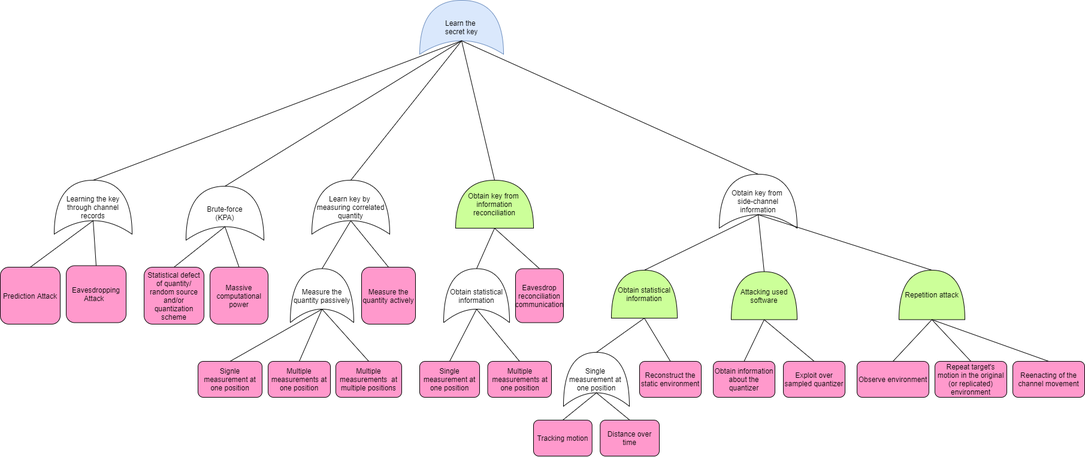
The draw.io diagram Assignment_4/Bilder/a3-tree.png in serioususer/wpls, before a commit. Source tidied: cells renumbered, new cells last; positions are measured from the earlier drawing's top-left corner, leaving out a move shared by most shapes.
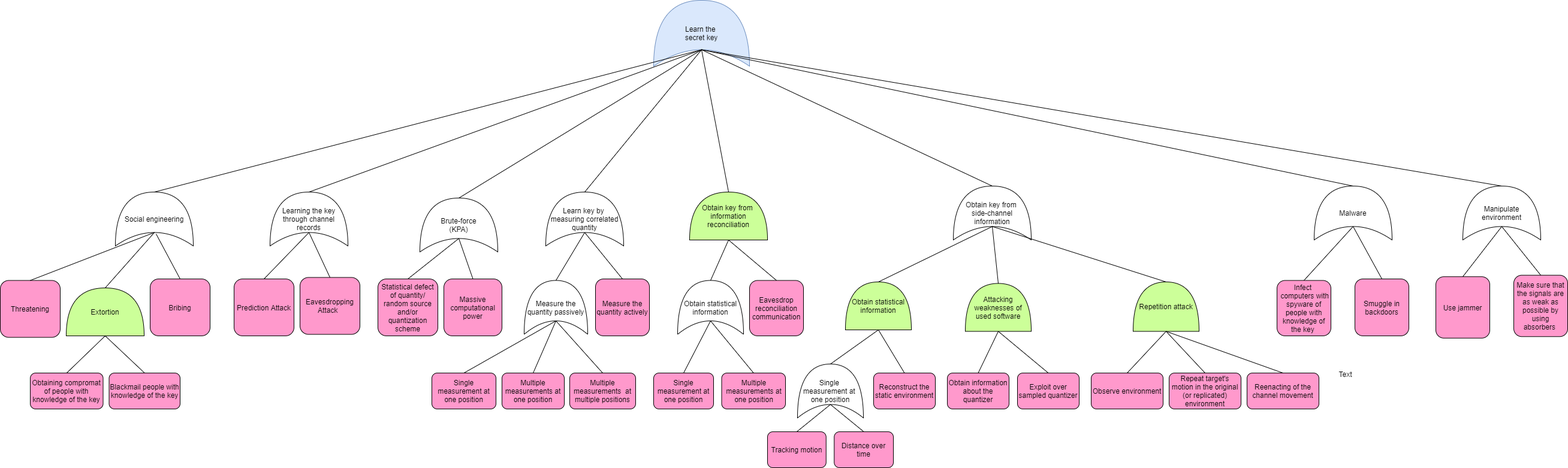
Above is the later version.

Change to the diagram source:
```diff
@@ -9,7 +9,7 @@
       <mxGeometry relative="1" as="geometry" />
     </mxCell>
     <mxCell id="4" value="Learn the &lt;br&gt;secret key" style="shape=xor;whiteSpace=wrap;html=1;direction=north;fillColor=#dae8fc;strokeColor=#6c8ebf;" parent="1" vertex="1">
-      <mxGeometry x="700" width="140" height="90" as="geometry" />
+      <mxGeometry x="700" y="-20" width="160" height="110" as="geometry" />
     </mxCell>
     <mxCell id="5" style="edgeStyle=none;html=1;exitX=0;exitY=0.5;exitPerimeter=0;entryX=1;entryY=0.5;endArrow=none;endFill=0;jettySize=auto;entryDx=0;entryDy=0;entryPerimeter=0;exitDx=0;exitDy=0;" parent="1" edge="1" source="7" target="29">
       <mxGeometry relative="1" as="geometry" />
@@ -84,7 +84,7 @@
       <mxGeometry relative="1" as="geometry" />
     </mxCell>
     <mxCell id="28" value="Eavesdrop reconciliation communication" style="rounded=1;whiteSpace=wrap;html=1;fillColor=#FF99CC;" parent="1" vertex="1">
-      <mxGeometry x="860" y="447.5" width="80" height="90" as="geometry" />
+      <mxGeometry x="860" y="447.5" width="90" height="92.5" as="geometry" />
     </mxCell>
     <mxCell id="29" value="Obtain statistical information" style="shape=xor;whiteSpace=wrap;html=1;direction=north;" parent="1" vertex="1">
       <mxGeometry x="740" y="447.5" width="110" height="90" as="geometry" />
@@ -146,7 +146,7 @@
     <mxCell id="48" value="Multiple measurements at one position" style="rounded=1;whiteSpace=wrap;html=1;fillColor=#FF99CC;" parent="1" vertex="1">
       <mxGeometry x="447" y="602" width="104" height="60" as="geometry" />
     </mxCell>
-    <mxCell id="49" value="Signle measurement at one position" style="rounded=1;whiteSpace=wrap;html=1;fillColor=#FF99CC;" parent="1" vertex="1">
+    <mxCell id="49" value="Single measurement at one position" style="rounded=1;whiteSpace=wrap;html=1;fillColor=#FF99CC;" parent="1" vertex="1">
       <mxGeometry x="330" y="602" width="107" height="60" as="geometry" />
     </mxCell>
     <mxCell id="50" value="Multiple measurements&amp;nbsp; at multiple positions" style="rounded=1;whiteSpace=wrap;html=1;fillColor=#FF99CC;" parent="1" vertex="1">
@@ -159,7 +159,7 @@
       <mxGeometry relative="1" as="geometry" />
     </mxCell>
     <mxCell id="53" value="Learning the key through channel records" style="shape=xor;whiteSpace=wrap;html=1;direction=north;" parent="1" vertex="1">
-      <mxGeometry x="90" y="300" width="130" height="90" as="geometry" />
+      <mxGeometry x="60" y="300" width="130" height="90" as="geometry" />
     </mxCell>
     <mxCell id="54" style="edgeStyle=none;html=1;exitX=0.25;exitY=0.5;exitPerimeter=0;entryX=1;entryY=0.5;entryPerimeter=0;endArrow=none;endFill=0;jettySize=auto;exitDx=0;exitDy=0;entryDx=0;entryDy=0;" parent="1" edge="1" source="4" target="53">
       <mxGeometry relative="1" as="geometry" />
@@ -176,7 +176,7 @@
     <mxCell id="58" style="edgeStyle=none;html=1;exitX=0.25;exitY=0.5;exitPerimeter=0;endArrow=none;endFill=0;jettySize=auto;exitDx=0;exitDy=0;entryX=0.5;entryY=0;entryDx=0;entryDy=0;" parent="1" edge="1" source="53" target="56">
       <mxGeometry relative="1" as="geometry" />
     </mxCell>
-    <mxCell id="59" value="Attacking used software" style="shape=or;whiteSpace=wrap;html=1;rotation=0;flipV=0;flipH=0;direction=north;fillColor=#CCFF99;" parent="1" vertex="1">
+    <mxCell id="59" value="Attacking weaknesses of used software" style="shape=or;whiteSpace=wrap;html=1;rotation=0;flipV=0;flipH=0;direction=north;fillColor=#CCFF99;" parent="1" vertex="1">
       <mxGeometry x="1220" y="452.5" width="110" height="80" as="geometry" />
     </mxCell>
     <mxCell id="60" value="Obtain information about the quantizer" style="rounded=1;whiteSpace=wrap;html=1;fillColor=#FF99CC;" parent="1" vertex="1">
@@ -194,5 +194,82 @@
     <mxCell id="64" style="edgeStyle=none;html=1;entryX=0.5;entryY=0;endArrow=none;endFill=0;jettySize=auto;entryDx=0;entryDy=0;exitX=0;exitY=0.5;exitDx=0;exitDy=0;exitPerimeter=0;" parent="1" edge="1" source="59" target="61">
       <mxGeometry relative="1" as="geometry" />
     </mxCell>
+    <mxCell id="65" value="Social engineering" style="shape=xor;whiteSpace=wrap;html=1;direction=north;" parent="1" vertex="1">
+      <mxGeometry x="-198" y="300" width="130" height="90" as="geometry" />
+    </mxCell>
+    <mxCell id="66" style="edgeStyle=none;html=1;exitX=0.25;exitY=0.5;exitPerimeter=0;entryX=1;entryY=0.5;entryPerimeter=0;endArrow=none;endFill=0;jettySize=auto;exitDx=0;exitDy=0;entryDx=0;entryDy=0;" parent="1" edge="1" source="4" target="65">
+      <mxGeometry relative="1" as="geometry" />
+    </mxCell>
+    <mxCell id="67" value="Bribing" style="rounded=1;whiteSpace=wrap;html=1;fillColor=#FF99CC;" parent="1" vertex="1">
+      <mxGeometry x="-140" y="445" width="100" height="95" as="geometry" />
+    </mxCell>
+    <mxCell id="68" style="edgeStyle=none;html=1;exitX=0.25;exitY=0.5;exitPerimeter=0;endArrow=none;endFill=0;jettySize=auto;exitDx=0;exitDy=0;entryX=1;entryY=0.5;entryDx=0;entryDy=0;entryPerimeter=0;" parent="1" edge="1" source="65" target="70">
+      <mxGeometry relative="1" as="geometry" />
+    </mxCell>
+    <mxCell id="69" style="edgeStyle=none;html=1;endArrow=none;endFill=0;jettySize=auto;entryX=0.5;entryY=0;entryDx=0;entryDy=0;" parent="1" edge="1" target="67">
+      <mxGeometry relative="1" as="geometry">
+        <mxPoint x="-130" y="370" as="sourcePoint" />
+      </mxGeometry>
+    </mxCell>
+    <mxCell id="70" value="Extortion" style="shape=or;whiteSpace=wrap;html=1;rotation=0;flipV=0;flipH=0;direction=north;fillColor=#CCFF99;" parent="1" vertex="1">
+      <mxGeometry x="-280" y="460" width="130" height="80" as="geometry" />
+    </mxCell>
+    <mxCell id="71" value="Threatening" style="rounded=1;whiteSpace=wrap;html=1;fillColor=#FF99CC;" parent="1" vertex="1">
+      <mxGeometry x="-390" y="447.5" width="100" height="95" as="geometry" />
+    </mxCell>
+    <mxCell id="72" style="edgeStyle=none;html=1;endArrow=none;endFill=0;jettySize=auto;entryX=0.5;entryY=0;entryDx=0;entryDy=0;exitX=0.25;exitY=0.5;exitDx=0;exitDy=0;exitPerimeter=0;" parent="1" edge="1" source="65" target="71">
+      <mxGeometry relative="1" as="geometry" />
+    </mxCell>
+    <mxCell id="73" value="Blackmail people with knowledge of the key" style="rounded=1;whiteSpace=wrap;html=1;fillColor=#FF99CC;" parent="1" vertex="1">
+      <mxGeometry x="-208.5" y="602" width="118.5" height="60" as="geometry" />
+    </mxCell>
+    <mxCell id="74" value="Obtaining compromat of people with knowledge of the key" style="rounded=1;whiteSpace=wrap;html=1;fillColor=#FF99CC;" parent="1" vertex="1">
+      <mxGeometry x="-340" y="602" width="121.5" height="60" as="geometry" />
+    </mxCell>
+    <mxCell id="75" style="edgeStyle=none;html=1;exitX=0;exitY=0.5;exitPerimeter=0;endArrow=none;endFill=0;jettySize=auto;exitDx=0;exitDy=0;entryX=0.5;entryY=0;entryDx=0;entryDy=0;" parent="1" edge="1" source="70" target="74">
+      <mxGeometry relative="1" as="geometry" />
+    </mxCell>
+    <mxCell id="76" style="edgeStyle=none;html=1;exitX=0;exitY=0.5;exitPerimeter=0;endArrow=none;endFill=0;jettySize=auto;exitDx=0;exitDy=0;entryX=0.5;entryY=0;entryDx=0;entryDy=0;" parent="1" edge="1" source="70" target="73">
+      <mxGeometry relative="1" as="geometry" />
+    </mxCell>
+    <mxCell id="77" value="Malware" style="shape=xor;whiteSpace=wrap;html=1;direction=north;" parent="1" vertex="1">
+      <mxGeometry x="1802" y="290" width="130" height="90" as="geometry" />
+    </mxCell>
+    <mxCell id="78" style="edgeStyle=none;html=1;exitX=0.25;exitY=0.5;exitPerimeter=0;entryX=1;entryY=0.5;entryPerimeter=0;endArrow=none;endFill=0;jettySize=auto;entryDx=0;entryDy=0;exitDx=0;exitDy=0;" parent="1" edge="1" source="4" target="77">
+      <mxGeometry relative="1" as="geometry" />
+    </mxCell>
+    <mxCell id="79" style="edgeStyle=none;html=1;exitX=0.25;exitY=0.5;exitPerimeter=0;endArrow=none;endFill=0;jettySize=auto;exitDx=0;exitDy=0;entryX=0.5;entryY=0;entryDx=0;entryDy=0;" parent="1" edge="1" source="77" target="81">
+      <mxGeometry relative="1" as="geometry" />
+    </mxCell>
+    <mxCell id="80" style="edgeStyle=none;html=1;exitX=0.25;exitY=0.5;exitPerimeter=0;entryX=0.5;entryY=0;endArrow=none;endFill=0;jettySize=auto;entryDx=0;entryDy=0;exitDx=0;exitDy=0;" parent="1" edge="1" source="77" target="82">
+      <mxGeometry relative="1" as="geometry" />
+    </mxCell>
+    <mxCell id="81" value="Infect&amp;nbsp;&lt;br&gt;&amp;nbsp;computers with spyware of people with knowledge of the key&amp;nbsp;" style="rounded=1;whiteSpace=wrap;html=1;fillColor=#FF99CC;" parent="1" vertex="1">
+      <mxGeometry x="1740" y="447.5" width="90" height="92.5" as="geometry" />
+    </mxCell>
+    <mxCell id="82" value="Smuggle in backdoors" style="rounded=1;whiteSpace=wrap;html=1;fillColor=#FF99CC;" parent="1" vertex="1">
+      <mxGeometry x="1870" y="445" width="90" height="95" as="geometry" />
+    </mxCell>
+    <mxCell id="83" value="Manipulate environment" style="shape=xor;whiteSpace=wrap;html=1;direction=north;" parent="1" vertex="1">
+      <mxGeometry x="2050" y="290" width="130" height="90" as="geometry" />
+    </mxCell>
+    <mxCell id="84" style="edgeStyle=none;html=1;exitX=0.25;exitY=0.5;exitPerimeter=0;entryX=1;entryY=0.5;entryPerimeter=0;endArrow=none;endFill=0;jettySize=auto;entryDx=0;entryDy=0;exitDx=0;exitDy=0;" parent="1" edge="1" source="4" target="83">
+      <mxGeometry relative="1" as="geometry" />
+    </mxCell>
+    <mxCell id="85" value="Use jammer" style="rounded=1;whiteSpace=wrap;html=1;fillColor=#FF99CC;" parent="1" vertex="1">
+      <mxGeometry x="2005" y="441.2" width="90" height="102.5" as="geometry" />
+    </mxCell>
+    <mxCell id="86" value="Make sure that the signals are as weak as possible by using absorbers&amp;nbsp;" style="rounded=1;whiteSpace=wrap;html=1;fillColor=#FF99CC;" parent="1" vertex="1">
+      <mxGeometry x="2135" y="438.8" width="90" height="102.5" as="geometry" />
+    </mxCell>
+    <mxCell id="87" style="edgeStyle=none;html=1;exitX=0.25;exitY=0.5;exitPerimeter=0;entryX=0.5;entryY=0;endArrow=none;endFill=0;jettySize=auto;entryDx=0;entryDy=0;exitDx=0;exitDy=0;" parent="1" edge="1" source="83" target="85">
+      <mxGeometry relative="1" as="geometry" />
+    </mxCell>
+    <mxCell id="88" style="edgeStyle=none;html=1;exitX=0.25;exitY=0.5;exitPerimeter=0;entryX=0.5;entryY=0;endArrow=none;endFill=0;jettySize=auto;entryDx=0;entryDy=0;exitDx=0;exitDy=0;" parent="1" edge="1" source="83" target="86">
+      <mxGeometry relative="1" as="geometry" />
+    </mxCell>
+    <mxCell id="89" value="Text" style="text;html=1;align=center;verticalAlign=middle;" parent="1" vertex="1">
+      <mxGeometry x="1834" y="594" width="40" height="20" as="geometry" />
+    </mxCell>
   </root>
 </mxGraphModel>
```
